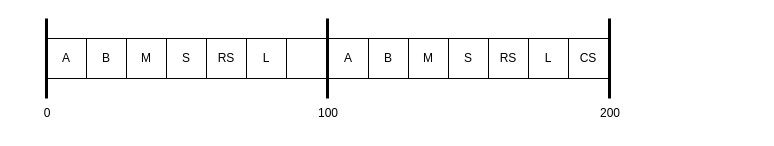
CosminOctavianPetre/RTS-P1-Cyclic-Scheduling keeps this draw.io diagram as schedulers/arduino/D_emergency.drawio. Above is the earlier version. Source tidied: cells renumbered, new cells numbered last; positions are measured from the earlier drawing's top-left corner, leaving out a move shared by most shapes. Both pictures are drawn from the tidied source at 100%, with x=0, y=0 at pixel (17, 18).
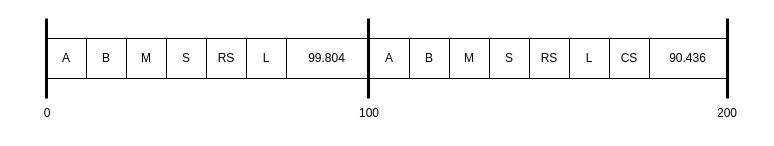
After the change.

Diff of the diagram source:
```diff
@@
     <mxCell id="4" style="endArrow=none;html=1;rounded=0;strokeWidth=3;strokeColor=default;" parent="1" edge="1">
       <mxGeometry relative="1" as="geometry">
-        <mxPoint x="310" as="sourcePoint" />
-        <mxPoint x="310" y="80" as="targetPoint" />
+        <mxPoint x="351" as="sourcePoint" />
+        <mxPoint x="351" y="80" as="targetPoint" />
       </mxGeometry>
     </mxCell>
     <mxCell id="5" value="100" style="text;html=1;strokeColor=none;fillColor=none;align=center;verticalAlign=middle;whiteSpace=wrap;rounded=0;" parent="1" vertex="1">
-      <mxGeometry x="281" y="80" width="60" height="30" as="geometry" />
+      <mxGeometry x="322" y="80" width="60" height="30" as="geometry" />
     </mxCell>
     <mxCell id="6" value="200" style="text;html=1;strokeColor=none;fillColor=none;align=center;verticalAlign=middle;whiteSpace=wrap;rounded=0;" parent="1" vertex="1">
-      <mxGeometry x="563" y="80" width="60" height="30" as="geometry" />
+      <mxGeometry x="680" y="80" width="60" height="30" as="geometry" />
     </mxCell>
@@
     <mxCell id="8" style="endArrow=none;html=1;rounded=0;strokeWidth=3;strokeColor=default;" parent="1" edge="1">
       <mxGeometry relative="1" as="geometry">
-        <mxPoint x="592" as="sourcePoint" />
-        <mxPoint x="592" y="80" as="targetPoint" />
+        <mxPoint x="710" as="sourcePoint" />
+        <mxPoint x="710" y="80" as="targetPoint" />
       </mxGeometry>
     </mxCell>
@@
     <mxCell id="14" value="B" style="rounded=0;whiteSpace=wrap;html=1;" parent="1" vertex="1">
-      <mxGeometry x="351" y="20" width="40" height="40" as="geometry" />
+      <mxGeometry x="392" y="20" width="40" height="40" as="geometry" />
     </mxCell>
     <mxCell id="15" value="A" style="rounded=0;whiteSpace=wrap;html=1;" parent="1" vertex="1">
-      <mxGeometry x="311" y="20" width="40" height="40" as="geometry" />
+      <mxGeometry x="352" y="20" width="40" height="40" as="geometry" />
     </mxCell>
     <mxCell id="16" value="M" style="rounded=0;whiteSpace=wrap;html=1;" parent="1" vertex="1">
-      <mxGeometry x="391" y="20" width="40" height="40" as="geometry" />
+      <mxGeometry x="432" y="20" width="40" height="40" as="geometry" />
     </mxCell>
     <mxCell id="17" value="S" style="rounded=0;whiteSpace=wrap;html=1;" parent="1" vertex="1">
-      <mxGeometry x="431" y="20" width="40" height="40" as="geometry" />
+      <mxGeometry x="472" y="20" width="40" height="40" as="geometry" />
     </mxCell>
     <mxCell id="18" value="RS" style="rounded=0;whiteSpace=wrap;html=1;" parent="1" vertex="1">
-      <mxGeometry x="471" y="20" width="40" height="40" as="geometry" />
+      <mxGeometry x="512" y="20" width="40" height="40" as="geometry" />
     </mxCell>
     <mxCell id="19" value="L" style="rounded=0;whiteSpace=wrap;html=1;" parent="1" vertex="1">
-      <mxGeometry x="511" y="20" width="40" height="40" as="geometry" />
+      <mxGeometry x="552" y="20" width="40" height="40" as="geometry" />
     </mxCell>
-    <mxCell id="20" style="rounded=0;whiteSpace=wrap;html=1;" parent="1" vertex="1">
-      <mxGeometry x="269" y="20" width="40" height="40" as="geometry" />
+    <mxCell id="20" value="99.804" style="rounded=0;whiteSpace=wrap;html=1;" parent="1" vertex="1">
+      <mxGeometry x="269" y="20" width="81" height="40" as="geometry" />
     </mxCell>
     <mxCell id="21" value="&lt;span&gt;CS&lt;/span&gt;" style="rounded=0;whiteSpace=wrap;html=1;" parent="1" vertex="1">
-      <mxGeometry x="551" y="20" width="40" height="40" as="geometry" />
+      <mxGeometry x="592" y="20" width="40" height="40" as="geometry" />
     </mxCell>
+    <mxCell id="22" value="&lt;div&gt;90.436&lt;/div&gt;" style="rounded=0;whiteSpace=wrap;html=1;" parent="1" vertex="1">
+      <mxGeometry x="632" y="20" width="77" height="40" as="geometry" />
+    </mxCell>
```
